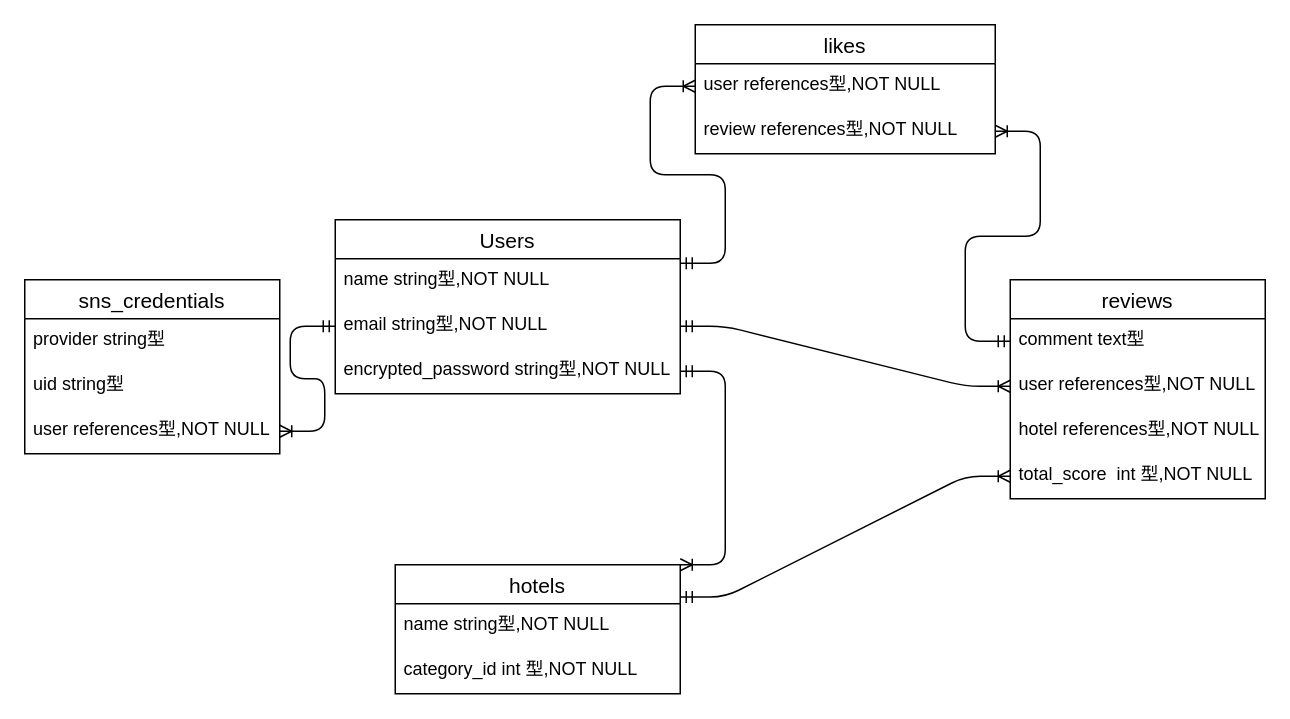
The draw.io diagram Relationship.dio in yasfu/accommodationreview, before the edit. Source tidied: cells renumbered, new cells numbered last; positions are measured from the earlier drawing's top-left corner, leaving out a move shared by most shapes. Both pictures are drawn from the tidied source at 150%, with x=0, y=0 at pixel (24, 24).
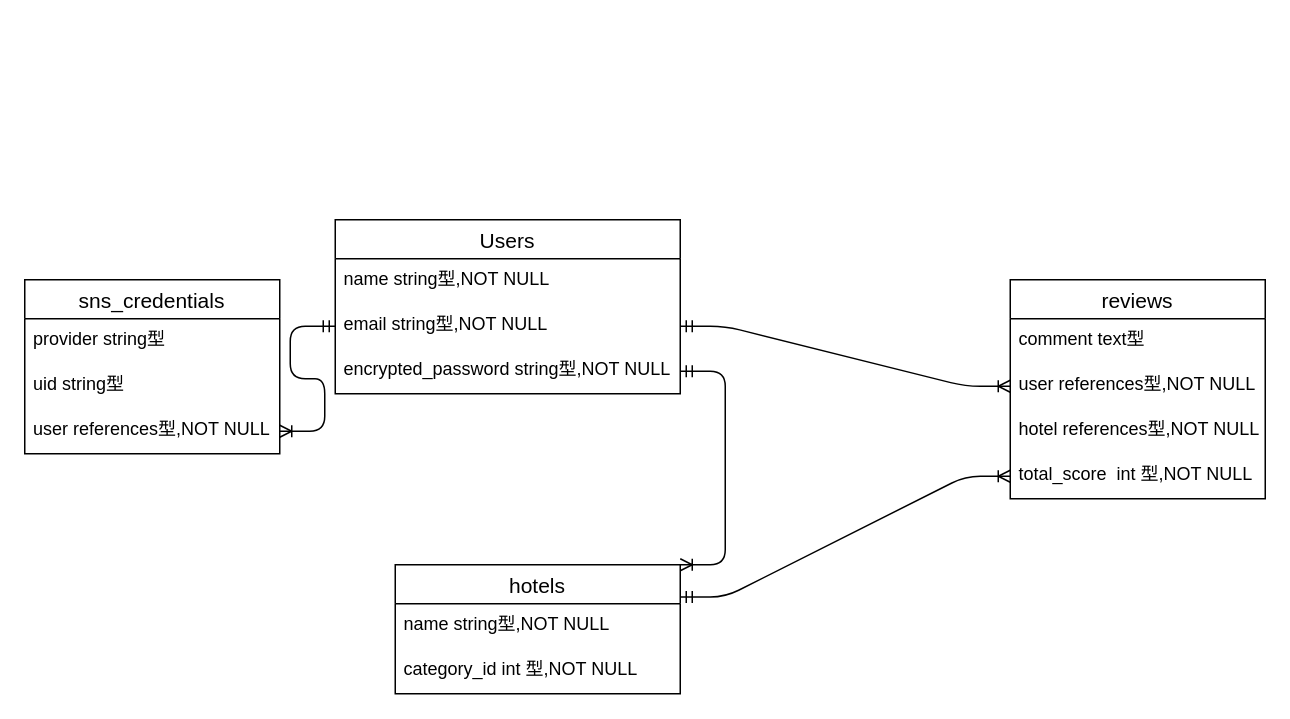
After the change.

Commit message (it also covers changes not shown here):
データベースの修正

Unchanged cells that the change refers to:
```xml
<mxCell id="2" value="Users" style="swimlane;fontStyle=0;horizontal=1;startSize=26;align=center;fontSize=14;" parent="1" vertex="1">
  <mxGeometry x="207" y="130" width="230" height="116" as="geometry" />
</mxCell>
<mxCell id="10" value="comment text型" style="text;strokeColor=none;fillColor=none;spacingLeft=4;spacingRight=4;overflow=hidden;points=[[0,0.5],[1,0.5]];portConstraint=eastwest;fontSize=12;" parent="9" vertex="1">
  <mxGeometry y="26" width="170" height="30" as="geometry" />
</mxCell>
```

The edit, as a diff of the source:
```diff
@@
-    <mxCell id="16" value="likes" style="swimlane;fontStyle=0;horizontal=1;startSize=26;align=center;fontSize=14;" parent="1" vertex="1">
-      <mxGeometry x="447" width="200" height="86" as="geometry" />
-    </mxCell>
-    <mxCell id="17" value="user references型,NOT NULL" style="text;strokeColor=none;fillColor=none;spacingLeft=4;spacingRight=4;overflow=hidden;points=[[0,0.5],[1,0.5]];portConstraint=eastwest;fontSize=12;" parent="16" vertex="1">
-      <mxGeometry y="26" width="200" height="30" as="geometry" />
-    </mxCell>
-    <mxCell id="18" value="review references型,NOT NULL" style="text;strokeColor=none;fillColor=none;spacingLeft=4;spacingRight=4;overflow=hidden;points=[[0,0.5],[1,0.5]];portConstraint=eastwest;fontSize=12;" parent="16" vertex="1">
-      <mxGeometry y="56" width="200" height="30" as="geometry" />
-    </mxCell>
-    <mxCell id="19" style="edgeStyle=entityRelationEdgeStyle;fontSize=12;html=1;endArrow=ERoneToMany;startArrow=ERmandOne;exitX=1;exitY=0.25;exitDx=0;exitDy=0;entryX=0;entryY=0.5;entryDx=0;entryDy=0;" parent="1" edge="1" source="2" target="17">
-      <mxGeometry relative="1" as="geometry" />
-    </mxCell>
-    <mxCell id="20" style="edgeStyle=entityRelationEdgeStyle;fontSize=12;html=1;endArrow=ERoneToMany;startArrow=ERmandOne;entryX=1;entryY=0.5;entryDx=0;entryDy=0;exitX=0;exitY=0.5;exitDx=0;exitDy=0;" parent="1" edge="1" source="10" target="18">
-      <mxGeometry relative="1" as="geometry" />
-    </mxCell>
```
